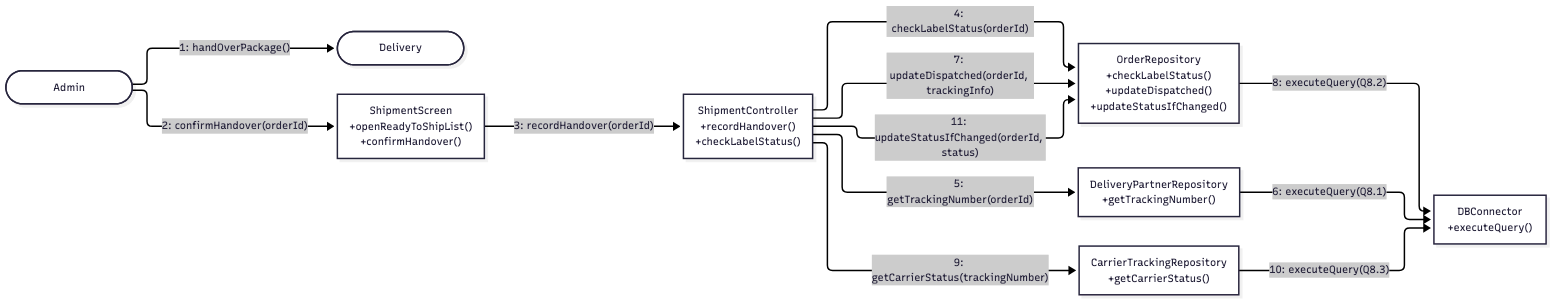
Above: 03-chapter2-use-case-descriptions/diagrams/png/8A-collaboration.png in xbpkdi/321-sa-proj (Mermaid), before the change. Its source is kept beside it as 03-chapter2-use-case-descriptions/diagrams/mmd/8A-collaboration.mmd. Its diagram source:
```mermaid
%%{init: {'flowchart': {'nodeSpacing': 50, 'rankSpacing': 90, 'curve': 'linear'}}}%%
graph LR
    Admin(["Admin"])
    Screen["ShipmentScreen<br/>+openReadyToShipList()<br/>+confirmHandover()"]
    SC["ShipmentController<br/>+recordHandover()<br/>+checkLabelStatus()"]
    OrderRepo["OrderRepository<br/>+checkLabelStatus()<br/>+updateDispatched()<br/>+updateStatusIfChanged()"]
    DelRepo["DeliveryPartnerRepository<br/>+getTrackingNumber()"]
    TrackRepo["CarrierTrackingRepository<br/>+getCarrierStatus()"]
    DB["DBConnector<br/>+executeQuery()"]
    Del(["Delivery"])

    Admin -->|"1: handOverPackage()"| Del
    Admin -->|"2: confirmHandover(orderId)"| Screen
    Screen -->|"3: recordHandover(orderId)"| SC
    SC -->|"4: checkLabelStatus(orderId)"| OrderRepo
    SC -->|"5: getTrackingNumber(orderId)"| DelRepo
    DelRepo -->|"6: executeQuery(Q8.1)"| DB
    SC -->|"7: updateDispatched(orderId, trackingInfo)"| OrderRepo
    OrderRepo -->|"8: executeQuery(Q8.2)"| DB
    SC -->|"9: getCarrierStatus(trackingNumber)"| TrackRepo
    TrackRepo -->|"10: executeQuery(Q8.3)"| DB
    SC -->|"11: updateStatusIfChanged(orderId, status)"| OrderRepo
```
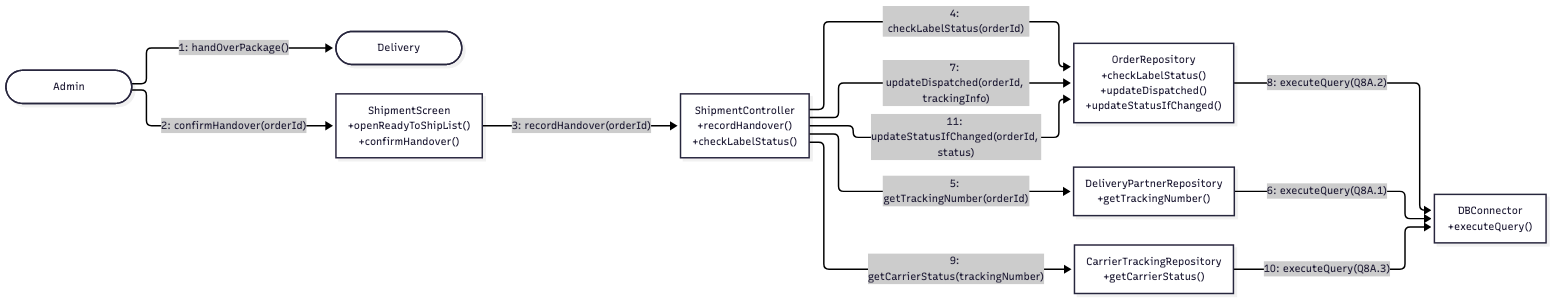
The same diagram one commit later.

The edit, as a diff of the source:
```diff
@@ -14,9 +14,9 @@
     Screen -->|"3: recordHandover(orderId)"| SC
     SC -->|"4: checkLabelStatus(orderId)"| OrderRepo
     SC -->|"5: getTrackingNumber(orderId)"| DelRepo
-    DelRepo -->|"6: executeQuery(Q8.1)"| DB
+    DelRepo -->|"6: executeQuery(Q8A.1)"| DB
     SC -->|"7: updateDispatched(orderId, trackingInfo)"| OrderRepo
-    OrderRepo -->|"8: executeQuery(Q8.2)"| DB
+    OrderRepo -->|"8: executeQuery(Q8A.2)"| DB
     SC -->|"9: getCarrierStatus(trackingNumber)"| TrackRepo
-    TrackRepo -->|"10: executeQuery(Q8.3)"| DB
+    TrackRepo -->|"10: executeQuery(Q8A.3)"| DB
     SC -->|"11: updateStatusIfChanged(orderId, status)"| OrderRepo
```
